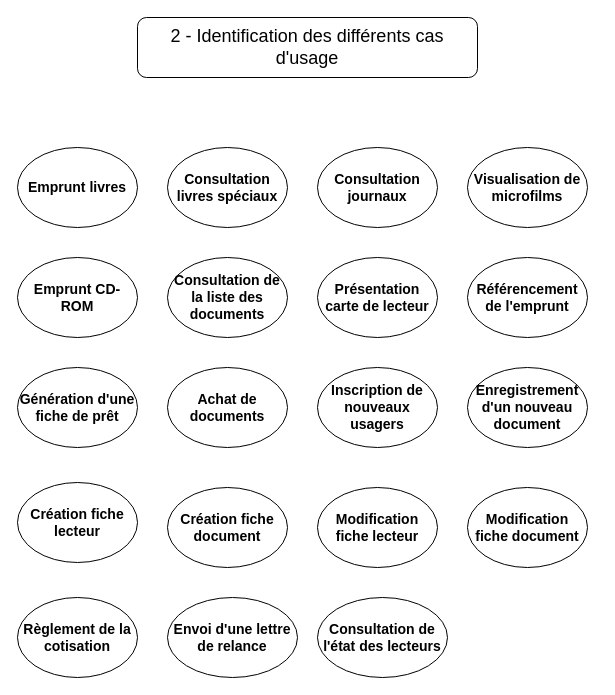
Earlier version of the draw.io diagram page "Page-1" (1 of 3) of Développer des composants d'interface/Maquetter une application/UML Partie 1/Phase 2 - Cas d'utilisation et Scénarios/Cas d'usage.drawio (BaltoClem/Travaux_CDA). Source tidied: cells renumbered, new cells numbered last; positions are measured from the earlier drawing's top-left corner, leaving out a move shared by most shapes. Both pictures are drawn from the tidied source at 100%, with x=0, y=0 at pixel (17, 17).
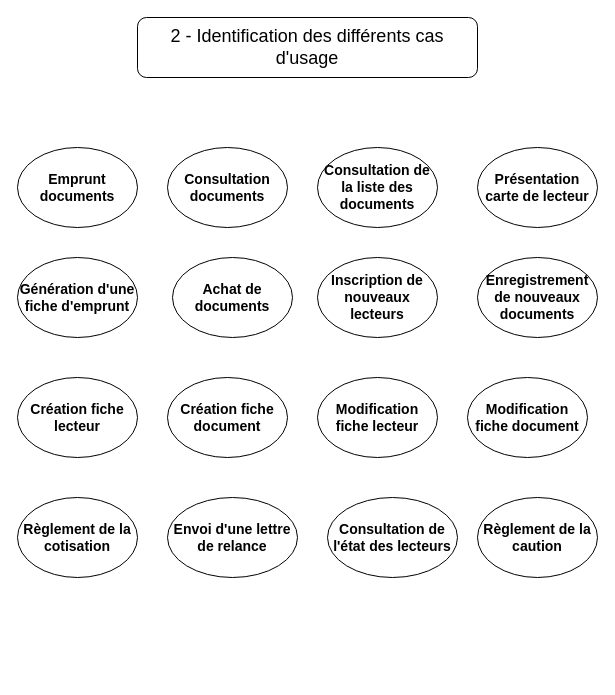
The same diagram, later.

Change to the diagram source:
```diff
@@
-    <mxCell id="2" value="&lt;font style=&quot;font-size: 14px&quot;&gt;&lt;b&gt;Emprunt livres&lt;/b&gt;&lt;/font&gt;" style="ellipse;whiteSpace=wrap;html=1;" parent="1" vertex="1">
+    <mxCell id="2" value="&lt;font style=&quot;font-size: 14px&quot;&gt;&lt;b&gt;Emprunt documents&lt;/b&gt;&lt;/font&gt;" style="ellipse;whiteSpace=wrap;html=1;" parent="1" vertex="1">
       <mxGeometry y="130" width="120" height="80" as="geometry" />
     </mxCell>
@@
-    <mxCell id="4" value="&lt;font style=&quot;font-size: 14px&quot;&gt;&lt;b&gt;Consultation livres spéciaux&lt;/b&gt;&lt;/font&gt;" style="ellipse;whiteSpace=wrap;html=1;" parent="1" vertex="1">
+    <mxCell id="4" value="&lt;font style=&quot;font-size: 14px&quot;&gt;&lt;b&gt;Consultation documents&lt;/b&gt;&lt;/font&gt;" style="ellipse;whiteSpace=wrap;html=1;" parent="1" vertex="1">
       <mxGeometry x="150" y="130" width="120" height="80" as="geometry" />
     </mxCell>
-    <mxCell id="5" value="&lt;font style=&quot;font-size: 14px&quot;&gt;&lt;b&gt;Consultation journaux&lt;/b&gt;&lt;/font&gt;" style="ellipse;whiteSpace=wrap;html=1;" parent="1" vertex="1">
-      <mxGeometry x="300" y="130" width="120" height="80" as="geometry" />
-    </mxCell>
-    <mxCell id="6" value="&lt;font style=&quot;font-size: 14px&quot;&gt;&lt;b&gt;Visualisation de microfilms&lt;/b&gt;&lt;/font&gt;" style="ellipse;whiteSpace=wrap;html=1;" parent="1" vertex="1">
-      <mxGeometry x="450" y="130" width="120" height="80" as="geometry" />
-    </mxCell>
-    <mxCell id="7" value="&lt;b&gt;&lt;font style=&quot;font-size: 14px&quot;&gt;Emprunt CD-ROM&lt;/font&gt;&lt;/b&gt;" style="ellipse;whiteSpace=wrap;html=1;" parent="1" vertex="1">
-      <mxGeometry y="240" width="120" height="80" as="geometry" />
-    </mxCell>
     <mxCell id="8" value="&lt;b&gt;&lt;font style=&quot;font-size: 14px&quot;&gt;Consultation de la liste des documents&lt;/font&gt;&lt;/b&gt;" style="ellipse;whiteSpace=wrap;html=1;" parent="1" vertex="1">
-      <mxGeometry x="150" y="240" width="120" height="80" as="geometry" />
+      <mxGeometry x="300" y="130" width="120" height="80" as="geometry" />
     </mxCell>
     <mxCell id="9" value="&lt;font style=&quot;font-size: 14px&quot;&gt;&lt;b&gt;Présentation carte de lecteur&lt;/b&gt;&lt;/font&gt;" style="ellipse;whiteSpace=wrap;html=1;" parent="1" vertex="1">
-      <mxGeometry x="300" y="240" width="120" height="80" as="geometry" />
+      <mxGeometry x="460" y="130" width="120" height="80" as="geometry" />
     </mxCell>
-    <mxCell id="10" value="&lt;b&gt;&lt;font style=&quot;font-size: 14px&quot;&gt;Référencement de l'emprunt&lt;/font&gt;&lt;/b&gt;" style="ellipse;whiteSpace=wrap;html=1;" parent="1" vertex="1">
-      <mxGeometry x="450" y="240" width="120" height="80" as="geometry" />
-    </mxCell>
-    <mxCell id="11" value="&lt;b&gt;&lt;font style=&quot;font-size: 14px&quot;&gt;Génération d'une fiche de prêt&lt;/font&gt;&lt;/b&gt;" style="ellipse;whiteSpace=wrap;html=1;" parent="1" vertex="1">
-      <mxGeometry y="350" width="120" height="80" as="geometry" />
+    <mxCell id="11" value="&lt;b&gt;&lt;font style=&quot;font-size: 14px&quot;&gt;Génération d'une fiche d'emprunt&lt;/font&gt;&lt;/b&gt;" style="ellipse;whiteSpace=wrap;html=1;" parent="1" vertex="1">
+      <mxGeometry y="240" width="120" height="80" as="geometry" />
     </mxCell>
     <mxCell id="12" value="&lt;b&gt;&lt;font style=&quot;font-size: 14px&quot;&gt;Achat de documents&lt;/font&gt;&lt;/b&gt;" style="ellipse;whiteSpace=wrap;html=1;" parent="1" vertex="1">
-      <mxGeometry x="150" y="350" width="120" height="80" as="geometry" />
+      <mxGeometry x="155" y="240" width="120" height="80" as="geometry" />
     </mxCell>
-    <mxCell id="13" value="&lt;font style=&quot;font-size: 14px&quot;&gt;&lt;b&gt;Inscription de nouveaux usagers&lt;/b&gt;&lt;/font&gt;" style="ellipse;whiteSpace=wrap;html=1;" parent="1" vertex="1">
-      <mxGeometry x="300" y="350" width="120" height="80" as="geometry" />
+    <mxCell id="13" value="&lt;font style=&quot;font-size: 14px&quot;&gt;&lt;b&gt;Inscription de nouveaux lecteurs&lt;/b&gt;&lt;/font&gt;" style="ellipse;whiteSpace=wrap;html=1;" parent="1" vertex="1">
+      <mxGeometry x="300" y="240" width="120" height="80" as="geometry" />
     </mxCell>
-    <mxCell id="14" value="&lt;font style=&quot;font-size: 14px&quot;&gt;&lt;b&gt;Enregistrement d'un nouveau document&lt;/b&gt;&lt;/font&gt;" style="ellipse;whiteSpace=wrap;html=1;" parent="1" vertex="1">
-      <mxGeometry x="450" y="350" width="120" height="80" as="geometry" />
+    <mxCell id="14" value="&lt;font style=&quot;font-size: 14px&quot;&gt;&lt;b&gt;Enregistrement de nouveaux documents&lt;/b&gt;&lt;/font&gt;" style="ellipse;whiteSpace=wrap;html=1;" parent="1" vertex="1">
+      <mxGeometry x="460" y="240" width="120" height="80" as="geometry" />
     </mxCell>
     <mxCell id="15" value="&lt;font style=&quot;font-size: 14px&quot;&gt;&lt;b&gt;Création fiche lecteur&lt;/b&gt;&lt;/font&gt;" style="ellipse;whiteSpace=wrap;html=1;" parent="1" vertex="1">
-      <mxGeometry y="465" width="120" height="80" as="geometry" />
+      <mxGeometry y="360" width="120" height="80" as="geometry" />
     </mxCell>
     <mxCell id="16" value="&lt;font style=&quot;font-size: 14px&quot;&gt;&lt;b&gt;Création fiche document&lt;/b&gt;&lt;/font&gt;" style="ellipse;whiteSpace=wrap;html=1;" parent="1" vertex="1">
-      <mxGeometry x="150" y="470" width="120" height="80" as="geometry" />
+      <mxGeometry x="150" y="360" width="120" height="80" as="geometry" />
     </mxCell>
     <mxCell id="17" value="&lt;font style=&quot;font-size: 14px&quot;&gt;&lt;b&gt;Modification fiche lecteur&lt;/b&gt;&lt;/font&gt;" style="ellipse;whiteSpace=wrap;html=1;" parent="1" vertex="1">
-      <mxGeometry x="300" y="470" width="120" height="80" as="geometry" />
+      <mxGeometry x="300" y="360" width="120" height="80" as="geometry" />
     </mxCell>
     <mxCell id="18" value="&lt;font style=&quot;font-size: 14px&quot;&gt;&lt;b&gt;Modification fiche document&lt;/b&gt;&lt;/font&gt;" style="ellipse;whiteSpace=wrap;html=1;" parent="1" vertex="1">
-      <mxGeometry x="450" y="470" width="120" height="80" as="geometry" />
+      <mxGeometry x="450" y="360" width="120" height="80" as="geometry" />
     </mxCell>
     <mxCell id="19" value="&lt;font style=&quot;font-size: 14px&quot;&gt;&lt;b&gt;Règlement de la cotisation&lt;/b&gt;&lt;/font&gt;" style="ellipse;whiteSpace=wrap;html=1;" parent="1" vertex="1">
-      <mxGeometry y="580" width="120" height="80" as="geometry" />
+      <mxGeometry y="480" width="120" height="80" as="geometry" />
     </mxCell>
     <mxCell id="20" value="&lt;b&gt;&lt;font style=&quot;font-size: 14px&quot;&gt;Envoi d'une lettre de relance&lt;/font&gt;&lt;/b&gt;" style="ellipse;whiteSpace=wrap;html=1;" parent="1" vertex="1">
-      <mxGeometry x="150" y="580" width="130" height="80" as="geometry" />
+      <mxGeometry x="150" y="480" width="130" height="80" as="geometry" />
     </mxCell>
     <mxCell id="21" value="&lt;font style=&quot;font-size: 14px&quot;&gt;&lt;b&gt;Consultation de l'état des lecteurs&lt;/b&gt;&lt;/font&gt;" style="ellipse;whiteSpace=wrap;html=1;" parent="1" vertex="1">
-      <mxGeometry x="300" y="580" width="130" height="80" as="geometry" />
+      <mxGeometry x="310" y="480" width="130" height="80" as="geometry" />
     </mxCell>
+    <mxCell id="22" value="&lt;font style=&quot;font-size: 14px&quot;&gt;&lt;b&gt;Règlement de la caution&lt;/b&gt;&lt;/font&gt;" style="ellipse;whiteSpace=wrap;html=1;" parent="1" vertex="1">
+      <mxGeometry x="460" y="480" width="120" height="80" as="geometry" />
+    </mxCell>
```
